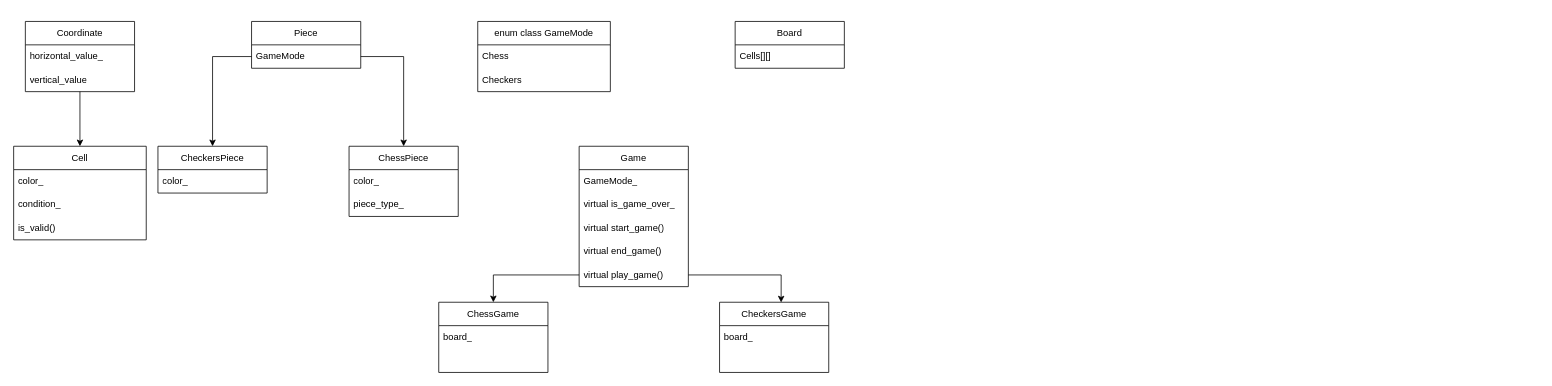
Earlier version of the draw.io diagram Диаграмма без названия.drawio (belblchSPG/chess). Source tidied: cells renumbered, new cells numbered last; positions are measured from the earlier drawing's top-left corner, leaving out a move shared by most shapes. Both pictures are drawn from the tidied source at 78%, with x=0, y=0 at pixel (13, 21).
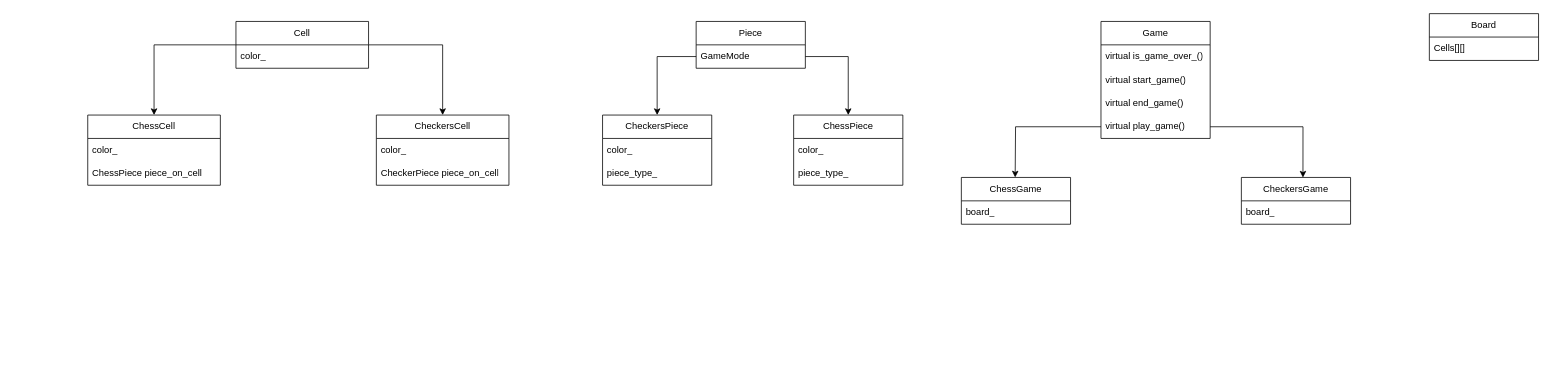
The same diagram, later.

Change to the diagram source:
```diff
@@
-    <mxCell id="2" style="edgeStyle=orthogonalEdgeStyle;rounded=0;jettySize=auto;html=1;entryX=0.5;entryY=0;entryDx=0;entryDy=0;" parent="1" edge="1" source="3" target="10">
-      <mxGeometry relative="1" as="geometry" />
-    </mxCell>
-    <mxCell id="3" value="Coordinate" style="swimlane;fontStyle=0;horizontal=1;startSize=30;whiteSpace=wrap;html=1;" parent="1" vertex="1">
-      <mxGeometry x="15" width="140" height="90" as="geometry" />
-    </mxCell>
-    <mxCell id="4" value="horizontal_value_" style="text;strokeColor=none;fillColor=none;align=left;verticalAlign=middle;spacingLeft=4;spacingRight=4;overflow=hidden;whiteSpace=wrap;html=1;" parent="3" vertex="1">
-      <mxGeometry y="30" width="140" height="30" as="geometry" />
-    </mxCell>
-    <mxCell id="5" value="vertical_value" style="text;strokeColor=none;fillColor=none;align=left;verticalAlign=middle;spacingLeft=4;spacingRight=4;overflow=hidden;whiteSpace=wrap;html=1;" parent="3" vertex="1">
-      <mxGeometry y="60" width="140" height="30" as="geometry" />
-    </mxCell>
     <mxCell id="6" value="Board" style="swimlane;fontStyle=0;horizontal=1;startSize=30;whiteSpace=wrap;html=1;" parent="1" vertex="1">
-      <mxGeometry x="925" width="140" height="60" as="geometry" />
+      <mxGeometry x="1815" y="-10" width="140" height="60" as="geometry" />
     </mxCell>
@@
     <mxCell id="8" value="Piece" style="swimlane;fontStyle=0;horizontal=1;startSize=30;whiteSpace=wrap;html=1;" parent="1" vertex="1">
-      <mxGeometry x="305" width="140" height="60" as="geometry" />
+      <mxGeometry x="875" width="140" height="60" as="geometry" />
     </mxCell>
@@
+    <mxCell id="38" style="edgeStyle=orthogonalEdgeStyle;rounded=0;jettySize=auto;html=1;" parent="1" edge="1" source="10" target="41">
+      <mxGeometry relative="1" as="geometry" />
+    </mxCell>
+    <mxCell id="39" style="edgeStyle=orthogonalEdgeStyle;rounded=0;jettySize=auto;html=1;" parent="1" edge="1" source="10" target="44">
+      <mxGeometry relative="1" as="geometry" />
+    </mxCell>
     <mxCell id="10" value="Cell" style="swimlane;fontStyle=0;horizontal=1;startSize=30;whiteSpace=wrap;html=1;" parent="1" vertex="1">
-      <mxGeometry y="160" width="170" height="120" as="geometry" />
+      <mxGeometry x="285" width="170" height="60" as="geometry" />
     </mxCell>
@@
-    <mxCell id="12" value="condition_" style="text;strokeColor=none;fillColor=none;align=left;verticalAlign=middle;spacingLeft=4;spacingRight=4;overflow=hidden;whiteSpace=wrap;html=1;" parent="10" vertex="1">
-      <mxGeometry y="60" width="170" height="30" as="geometry" />
-    </mxCell>
-    <mxCell id="13" value="is_valid()" style="text;strokeColor=none;fillColor=none;align=left;verticalAlign=middle;spacingLeft=4;spacingRight=4;overflow=hidden;whiteSpace=wrap;html=1;" parent="10" vertex="1">
-      <mxGeometry y="90" width="170" height="30" as="geometry" />
-    </mxCell>
     <mxCell id="14" value="ChessPiece" style="swimlane;fontStyle=0;horizontal=1;startSize=30;whiteSpace=wrap;html=1;" parent="1" vertex="1">
-      <mxGeometry x="430" y="160" width="140" height="90" as="geometry" />
+      <mxGeometry x="1000" y="120" width="140" height="90" as="geometry" />
     </mxCell>
@@
     <mxCell id="17" value="CheckersPiece" style="swimlane;fontStyle=0;horizontal=1;startSize=30;whiteSpace=wrap;html=1;" parent="1" vertex="1">
-      <mxGeometry x="185" y="160" width="140" height="60" as="geometry" />
+      <mxGeometry x="755" y="120" width="140" height="90" as="geometry" />
     </mxCell>
@@
+    <mxCell id="40" value="piece_type_" style="text;strokeColor=none;fillColor=none;align=left;verticalAlign=middle;spacingLeft=4;spacingRight=4;overflow=hidden;whiteSpace=wrap;html=1;" parent="17" vertex="1">
+      <mxGeometry y="60" width="140" height="30" as="geometry" />
+    </mxCell>
@@
-    <mxCell id="21" value="enum class GameMode" style="swimlane;fontStyle=0;horizontal=1;startSize=30;whiteSpace=wrap;html=1;" parent="1" vertex="1">
-      <mxGeometry x="595" width="170" height="90" as="geometry" />
-    </mxCell>
-    <mxCell id="22" value="Chess" style="text;strokeColor=none;fillColor=none;align=left;verticalAlign=middle;spacingLeft=4;spacingRight=4;overflow=hidden;whiteSpace=wrap;html=1;" parent="21" vertex="1">
-      <mxGeometry y="30" width="170" height="30" as="geometry" />
-    </mxCell>
-    <mxCell id="23" value="Checkers" style="text;strokeColor=none;fillColor=none;align=left;verticalAlign=middle;spacingLeft=4;spacingRight=4;overflow=hidden;whiteSpace=wrap;html=1;" parent="21" vertex="1">
-      <mxGeometry y="60" width="170" height="30" as="geometry" />
-    </mxCell>
     <mxCell id="24" value="Game" style="swimlane;fontStyle=0;horizontal=1;startSize=30;whiteSpace=wrap;html=1;" parent="1" vertex="1">
-      <mxGeometry x="725" y="160" width="140" height="180" as="geometry" />
+      <mxGeometry x="1394" width="140" height="150" as="geometry" />
     </mxCell>
-    <mxCell id="25" value="GameMode_" style="text;strokeColor=none;fillColor=none;align=left;verticalAlign=middle;spacingLeft=4;spacingRight=4;overflow=hidden;whiteSpace=wrap;html=1;" parent="24" vertex="1">
-      <mxGeometry y="30" width="140" height="30" as="geometry" />
-    </mxCell>
-    <mxCell id="26" value="virtual is_game_over_" style="text;strokeColor=none;fillColor=none;align=left;verticalAlign=middle;spacingLeft=4;spacingRight=4;overflow=hidden;whiteSpace=wrap;html=1;" parent="24" vertex="1">
-      <mxGeometry y="60" width="140" height="30" as="geometry" />
+    <mxCell id="26" value="virtual is_game_over_()" style="text;strokeColor=none;fillColor=none;align=left;verticalAlign=middle;spacingLeft=4;spacingRight=4;overflow=hidden;whiteSpace=wrap;html=1;" parent="24" vertex="1">
+      <mxGeometry y="30" width="140" height="30" as="geometry" />
     </mxCell>
     <mxCell id="27" value="virtual start_game()" style="text;strokeColor=none;fillColor=none;align=left;verticalAlign=middle;spacingLeft=4;spacingRight=4;overflow=hidden;whiteSpace=wrap;html=1;" parent="24" vertex="1">
-      <mxGeometry y="90" width="140" height="30" as="geometry" />
+      <mxGeometry y="60" width="140" height="30" as="geometry" />
     </mxCell>
     <mxCell id="28" value="virtual end_game()" style="text;strokeColor=none;fillColor=none;align=left;verticalAlign=middle;spacingLeft=4;spacingRight=4;overflow=hidden;whiteSpace=wrap;html=1;" parent="24" vertex="1">
-      <mxGeometry y="120" width="140" height="30" as="geometry" />
+      <mxGeometry y="90" width="140" height="30" as="geometry" />
     </mxCell>
     <mxCell id="29" value="virtual play_game()" style="text;strokeColor=none;fillColor=none;align=left;verticalAlign=middle;spacingLeft=4;spacingRight=4;overflow=hidden;points=[[0,0.5],[1,0.5]];portConstraint=eastwest;whiteSpace=wrap;html=1;" parent="24" vertex="1">
-      <mxGeometry y="150" width="140" height="30" as="geometry" />
+      <mxGeometry y="120" width="140" height="30" as="geometry" />
     </mxCell>
     <mxCell id="30" value="CheckersGame" style="swimlane;fontStyle=0;horizontal=1;startSize=30;whiteSpace=wrap;html=1;" parent="1" vertex="1">
-      <mxGeometry x="905" y="360" width="140" height="90" as="geometry" />
+      <mxGeometry x="1574" y="200" width="140" height="60" as="geometry" />
     </mxCell>
@@
-    <mxCell id="32" style="text;strokeColor=none;fillColor=none;align=left;verticalAlign=middle;spacingLeft=4;spacingRight=4;overflow=hidden;whiteSpace=wrap;html=1;" parent="30" vertex="1">
-      <mxGeometry y="60" width="140" height="30" as="geometry" />
-    </mxCell>
     <mxCell id="33" value="ChessGame" style="swimlane;fontStyle=0;horizontal=1;startSize=30;whiteSpace=wrap;html=1;" parent="1" vertex="1">
-      <mxGeometry x="545" y="360" width="140" height="90" as="geometry" />
+      <mxGeometry x="1215" y="200" width="140" height="60" as="geometry" />
     </mxCell>
@@
-    <mxCell id="35" style="text;strokeColor=none;fillColor=none;align=left;verticalAlign=middle;spacingLeft=4;spacingRight=4;overflow=hidden;whiteSpace=wrap;html=1;" parent="33" vertex="1">
-      <mxGeometry y="60" width="140" height="30" as="geometry" />
-    </mxCell>
-    <mxCell id="36" style="edgeStyle=orthogonalEdgeStyle;rounded=0;jettySize=auto;html=1;entryX=0.5;entryY=0;entryDx=0;entryDy=0;" parent="1" edge="1" source="29" target="33">
-      <mxGeometry relative="1" as="geometry" />
+    <mxCell id="36" style="edgeStyle=orthogonalEdgeStyle;rounded=0;jettySize=auto;html=1;entryX=0.5;entryY=0;entryDx=0;entryDy=0;" parent="1" edge="1" source="29">
+      <mxGeometry relative="1" as="geometry">
+        <mxPoint x="1284" y="200" as="targetPoint" />
+      </mxGeometry>
     </mxCell>
@@
+    <mxCell id="41" value="ChessCell" style="swimlane;fontStyle=0;horizontal=1;startSize=30;whiteSpace=wrap;html=1;" parent="1" vertex="1">
+      <mxGeometry x="95" y="120" width="170" height="90" as="geometry" />
+    </mxCell>
+    <mxCell id="42" value="color_" style="text;strokeColor=none;fillColor=none;align=left;verticalAlign=middle;spacingLeft=4;spacingRight=4;overflow=hidden;whiteSpace=wrap;html=1;" parent="41" vertex="1">
+      <mxGeometry y="30" width="170" height="30" as="geometry" />
+    </mxCell>
+    <mxCell id="43" value="ChessPiece piece_on_cell" style="text;strokeColor=none;fillColor=none;align=left;verticalAlign=middle;spacingLeft=4;spacingRight=4;overflow=hidden;whiteSpace=wrap;html=1;" parent="41" vertex="1">
+      <mxGeometry y="60" width="170" height="30" as="geometry" />
+    </mxCell>
+    <mxCell id="44" value="CheckersCell" style="swimlane;fontStyle=0;horizontal=1;startSize=30;whiteSpace=wrap;html=1;" parent="1" vertex="1">
+      <mxGeometry x="465" y="120" width="170" height="90" as="geometry" />
+    </mxCell>
+    <mxCell id="45" value="color_" style="text;strokeColor=none;fillColor=none;align=left;verticalAlign=middle;spacingLeft=4;spacingRight=4;overflow=hidden;whiteSpace=wrap;html=1;" parent="44" vertex="1">
+      <mxGeometry y="30" width="170" height="30" as="geometry" />
+    </mxCell>
+    <mxCell id="46" value="CheckerPiece piece_on_cell" style="text;strokeColor=none;fillColor=none;align=left;verticalAlign=middle;spacingLeft=4;spacingRight=4;overflow=hidden;whiteSpace=wrap;html=1;" parent="44" vertex="1">
+      <mxGeometry y="60" width="170" height="30" as="geometry" />
+    </mxCell>
+    <mxCell id="35" style="text;strokeColor=none;fillColor=none;align=left;verticalAlign=middle;spacingLeft=4;spacingRight=4;overflow=hidden;whiteSpace=wrap;html=1;" parent="1" vertex="1">
+      <mxGeometry x="1185" y="380" width="140" height="30" as="geometry" />
+    </mxCell>
```
